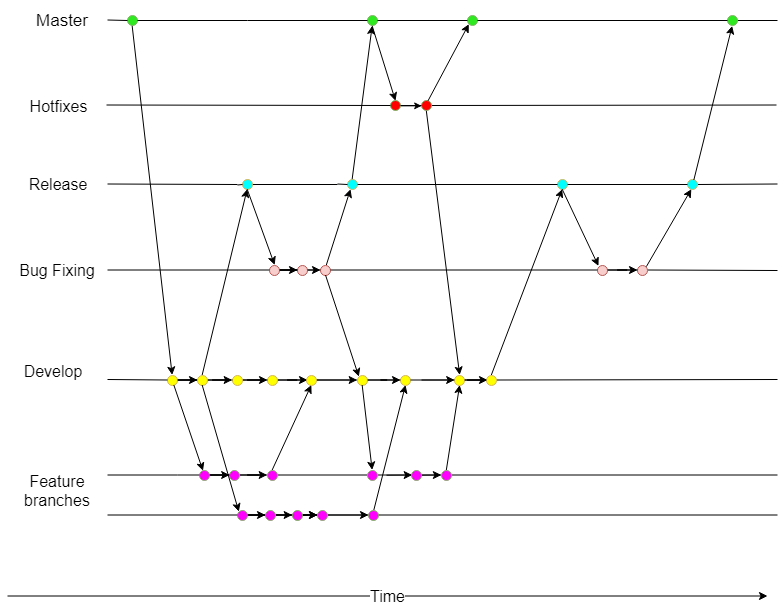
Earlier version of the draw.io export docs/wiki/TDD/Branches diagram.png (pink-king/Final-Fantasy-Dawn-of-Ivalice). Source tidied: cells renumbered, new cells last; positions are measured from the earlier drawing's top-left corner, leaving out a move shared by most shapes.
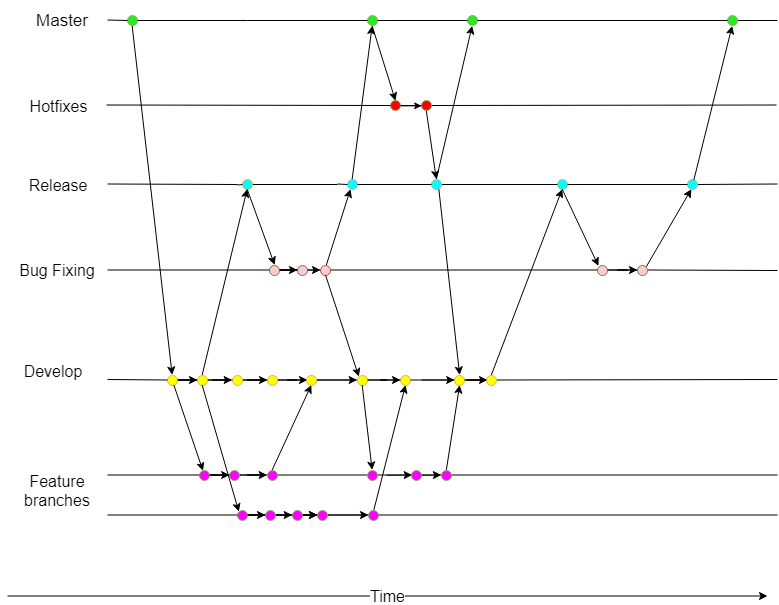
After the commit.

The edit, as a diff of the source:
```diff
@@ -229,7 +229,7 @@
     <mxCell id="62" style="ellipse;whiteSpace=wrap;html=1;fillColor=#00FFFF;strokeColor=#d6b656;" parent="1" vertex="1">
       <mxGeometry x="550" y="179" width="10" height="10" as="geometry" />
     </mxCell>
-    <mxCell id="63" style="endArrow=none;html=1;" parent="1" edge="1" source="43" target="62">
+    <mxCell id="63" style="endArrow=none;html=1;" parent="1" edge="1" source="124" target="62">
       <mxGeometry relative="1" as="geometry" />
     </mxCell>
     <mxCell id="64" style="ellipse;whiteSpace=wrap;html=1;fillColor=#00FFFF;strokeColor=#d6b656;" parent="1" vertex="1">
@@ -433,7 +433,7 @@
     <mxCell id="119" style="endArrow=none;html=1;" parent="1" edge="1" source="116" target="118">
       <mxGeometry relative="1" as="geometry" />
     </mxCell>
-    <mxCell id="120" style="endArrow=classic;html=1;entryX=0;entryY=1;entryDx=0;entryDy=0;exitX=0.665;exitY=0.012;exitDx=0;exitDy=0;exitPerimeter=0;" parent="1" edge="1" source="118" target="71">
+    <mxCell id="120" style="endArrow=classic;html=1;entryX=0.5;entryY=1;entryDx=0;entryDy=0;exitX=0.5;exitY=0;exitDx=0;exitDy=0;" parent="1" edge="1" source="124" target="71">
       <mxGeometry relative="1" as="geometry" />
     </mxCell>
     <mxCell id="121" style="endArrow=classic;html=1;exitX=0.5;exitY=1;exitDx=0;exitDy=0;entryX=0.5;entryY=0;entryDx=0;entryDy=0;" parent="1" edge="1" source="33" target="116">
@@ -442,8 +442,17 @@
     <mxCell id="122" style="endArrow=classic;html=1;entryX=0;entryY=0;entryDx=0;entryDy=0;exitX=0.5;exitY=1;exitDx=0;exitDy=0;" parent="1" edge="1" source="26" target="61">
       <mxGeometry relative="1" as="geometry" />
     </mxCell>
-    <mxCell id="123" style="endArrow=classic;html=1;exitX=0.5;exitY=1;exitDx=0;exitDy=0;entryX=0.5;entryY=0;entryDx=0;entryDy=0;" parent="1" edge="1" source="118" target="84">
+    <mxCell id="123" style="endArrow=classic;html=1;exitX=0.5;exitY=1;exitDx=0;exitDy=0;entryX=0.5;entryY=0;entryDx=0;entryDy=0;" parent="1" edge="1" source="118" target="124">
       <mxGeometry relative="1" as="geometry" />
     </mxCell>
+    <mxCell id="124" style="ellipse;whiteSpace=wrap;html=1;fillColor=#00FFFF;strokeColor=#d6b656;" parent="1" vertex="1">
+      <mxGeometry x="424" y="179" width="10" height="10" as="geometry" />
+    </mxCell>
+    <mxCell id="125" style="endArrow=none;html=1;" parent="1" edge="1" source="43" target="124">
+      <mxGeometry relative="1" as="geometry" />
+    </mxCell>
+    <mxCell id="126" style="endArrow=classic;html=1;entryX=0.5;entryY=0;entryDx=0;entryDy=0;exitX=0.716;exitY=0.965;exitDx=0;exitDy=0;exitPerimeter=0;" parent="1" edge="1" source="124" target="84">
+      <mxGeometry relative="1" as="geometry" />
+    </mxCell>
   </root>
 </mxGraphModel>
```
